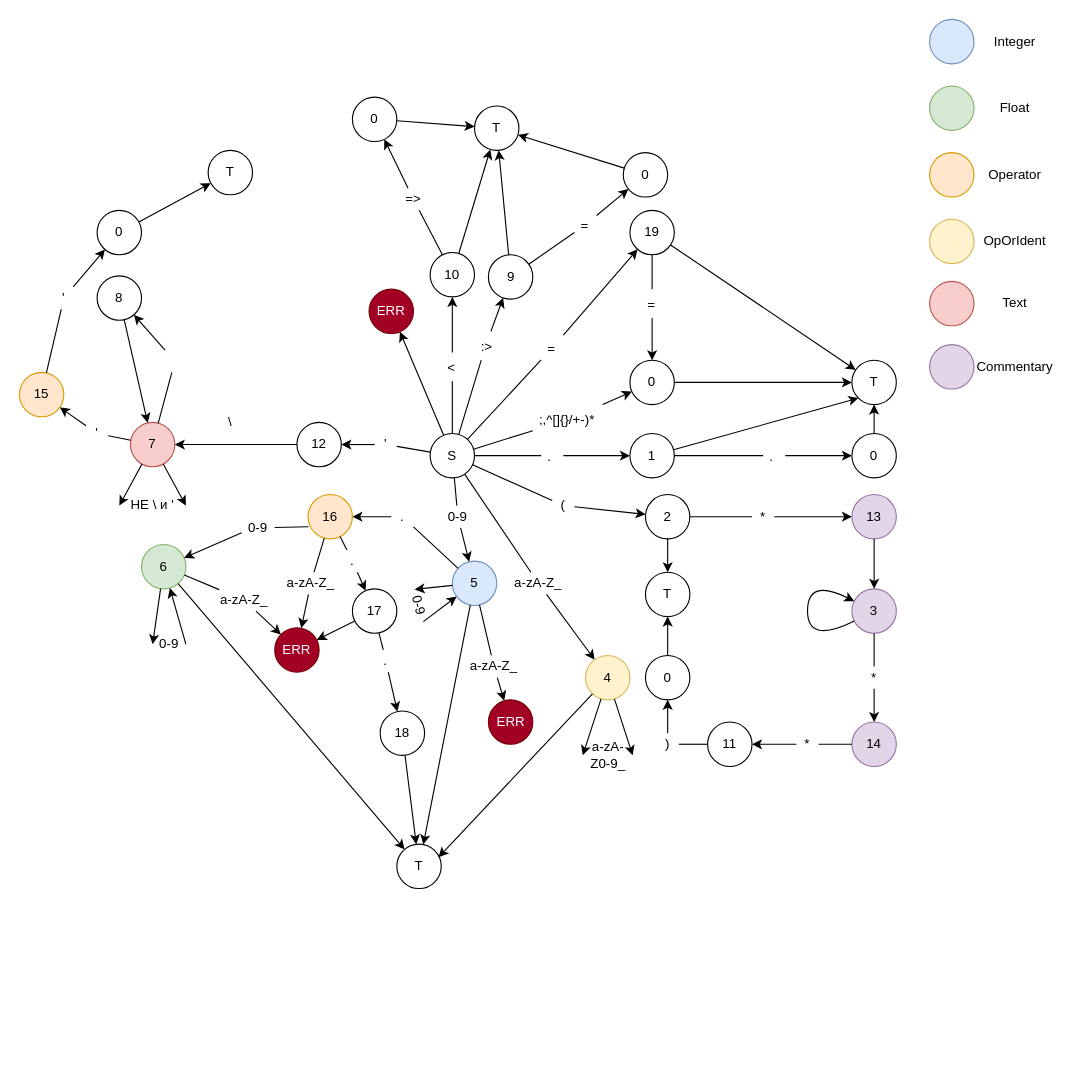
Above: PascalCompiler/LEXER_FSM.drawio in XJIE6yIIIEK/PascalCompiler (draw.io), before the change. Source tidied: cells renumbered, new cells numbered last; positions are measured from the earlier drawing's top-left corner, leaving out a move shared by most shapes. Both pictures are drawn from the tidied source at 111%, with x=0, y=0 at pixel (19, 19).
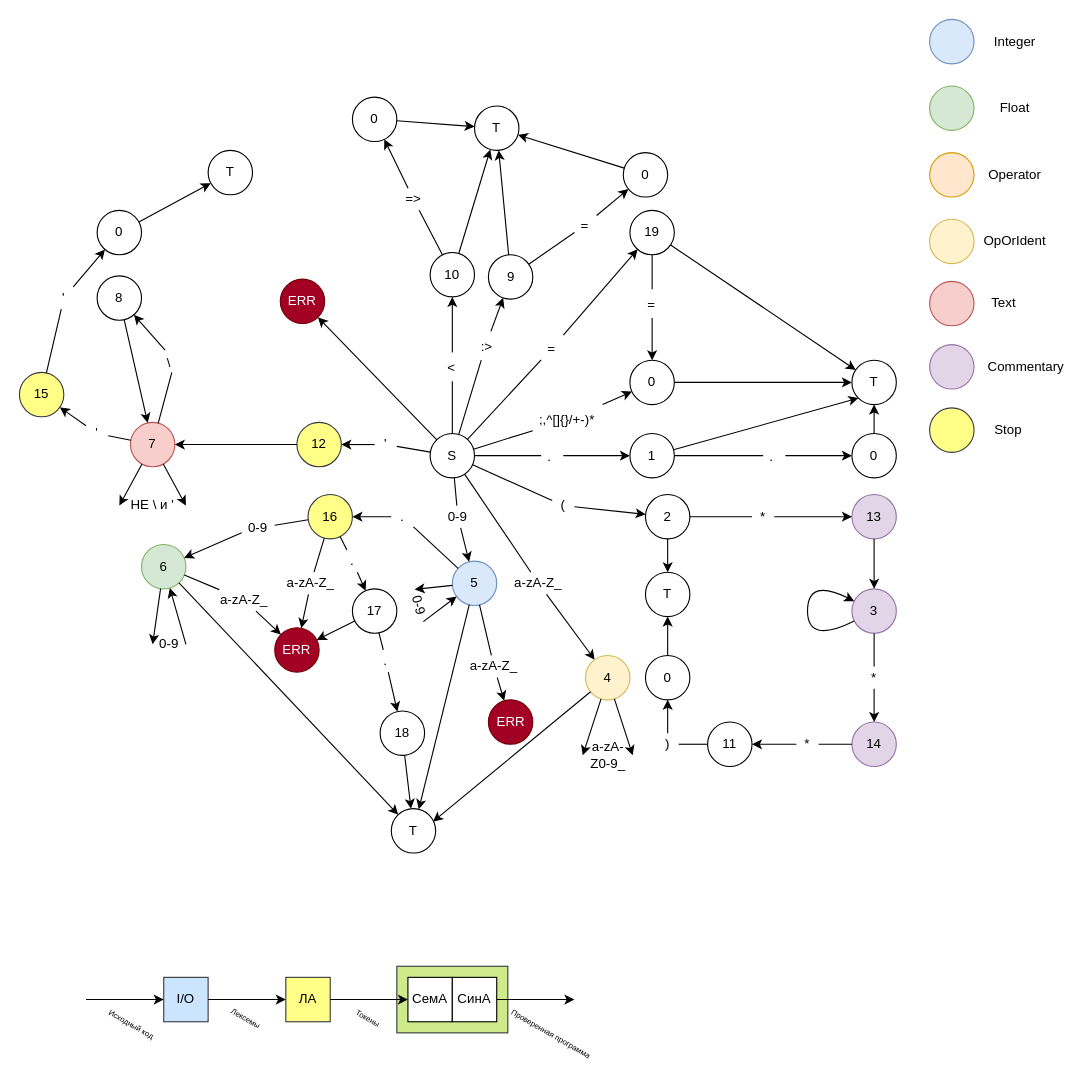
The same diagram, later.

Unchanged cells that the change refers to:
```xml
<mxCell id="129" value="0-9" style="text;html=1;strokeColor=none;fillColor=none;align=center;verticalAlign=middle;whiteSpace=wrap;rounded=0;" parent="1" vertex="1">
  <mxGeometry x="200" y="448" width="30" height="20" as="geometry" />
</mxCell>
```

What changed in the source:
```diff
@@
+    <mxCell id="162" style="rounded=0;whiteSpace=wrap;html=1;fillColor=#cdeb8b;strokeColor=#36393d;" parent="1" vertex="1">
+      <mxGeometry x="340" y="853" width="100" height="60" as="geometry" />
+    </mxCell>
@@
     <mxCell id="66" value="T" style="ellipse;whiteSpace=wrap;html=1;" parent="1" vertex="1">
-      <mxGeometry x="340" y="743" width="40" height="40" as="geometry" />
+      <mxGeometry x="335" y="711" width="40" height="40" as="geometry" />
     </mxCell>
@@
     <mxCell id="84" value="\" style="text;html=1;strokeColor=none;fillColor=none;align=center;verticalAlign=middle;whiteSpace=wrap;rounded=0;" parent="1" vertex="1">
-      <mxGeometry x="170" y="353" width="40" height="20" as="geometry" />
+      <mxGeometry x="115" y="300" width="40" height="20" as="geometry" />
     </mxCell>
@@
-    <mxCell id="93" value="12" style="ellipse;whiteSpace=wrap;html=1;" parent="1" vertex="1">
+    <mxCell id="93" value="12" style="ellipse;whiteSpace=wrap;html=1;fillColor=#ffff88;strokeColor=#36393d;" parent="1" vertex="1">
       <mxGeometry x="250" y="363" width="40" height="40" as="geometry" />
     </mxCell>
-    <mxCell id="94" value="15" style="ellipse;whiteSpace=wrap;html=1;fillColor=#ffe6cc;strokeColor=#d79b00;" parent="1" vertex="1">
+    <mxCell id="94" value="15" style="ellipse;whiteSpace=wrap;html=1;fillColor=#ffff88;strokeColor=#36393d;" parent="1" vertex="1">
       <mxGeometry y="318" width="40" height="40" as="geometry" />
     </mxCell>
@@
     <mxCell id="125" value="Text" style="text;html=1;strokeColor=none;fillColor=none;align=center;verticalAlign=middle;whiteSpace=wrap;rounded=0;" parent="1" vertex="1">
-      <mxGeometry x="877" y="246" width="40" height="20" as="geometry" />
+      <mxGeometry x="867" y="246" width="40" height="20" as="geometry" />
     </mxCell>
     <mxCell id="126" value="Commentary" style="text;html=1;strokeColor=none;fillColor=none;align=center;verticalAlign=middle;whiteSpace=wrap;rounded=0;" parent="1" vertex="1">
-      <mxGeometry x="877" y="303" width="40" height="20" as="geometry" />
+      <mxGeometry x="887" y="303" width="40" height="20" as="geometry" />
     </mxCell>
-    <mxCell id="127" value="16" style="ellipse;whiteSpace=wrap;html=1;fillColor=#ffe6cc;strokeColor=#d79b00;" parent="1" vertex="1">
+    <mxCell id="127" value="16" style="ellipse;whiteSpace=wrap;html=1;fillColor=#ffff88;strokeColor=#36393d;" parent="1" vertex="1">
       <mxGeometry x="260" y="428" width="40" height="40" as="geometry" />
     </mxCell>
@@
-    <mxCell id="130" style="endArrow=none;html=1;exitX=0.008;exitY=0.725;exitDx=0;exitDy=0;exitPerimeter=0;" parent="1" edge="1" source="127" target="129">
+    <mxCell id="130" style="endArrow=none;html=1;" parent="1" edge="1" source="127" target="129">
       <mxGeometry relative="1" as="geometry" />
     </mxCell>
@@
     <mxCell id="140" value="ERR" style="ellipse;whiteSpace=wrap;html=1;fillColor=#a20025;strokeColor=#6F0000;fontColor=#ffffff;" parent="1" vertex="1">
-      <mxGeometry x="315" y="243" width="40" height="40" as="geometry" />
+      <mxGeometry x="235" y="234" width="40" height="40" as="geometry" />
     </mxCell>
@@
+    <mxCell id="163" value="I/O" style="rounded=0;whiteSpace=wrap;html=1;fillColor=#cce5ff;strokeColor=#36393d;" parent="1" vertex="1">
+      <mxGeometry x="130" y="863" width="40" height="40" as="geometry" />
+    </mxCell>
+    <mxCell id="164" value="ЛА" style="rounded=0;whiteSpace=wrap;html=1;fillColor=#ffff88;strokeColor=#36393d;" parent="1" vertex="1">
+      <mxGeometry x="240" y="863" width="40" height="40" as="geometry" />
+    </mxCell>
+    <mxCell id="165" value="СемА" style="rounded=0;whiteSpace=wrap;html=1;" parent="1" vertex="1">
+      <mxGeometry x="350" y="863" width="40" height="40" as="geometry" />
+    </mxCell>
+    <mxCell id="166" value="СинА" style="rounded=0;whiteSpace=wrap;html=1;" parent="1" vertex="1">
+      <mxGeometry x="390" y="863" width="40" height="40" as="geometry" />
+    </mxCell>
+    <mxCell id="167" style="endArrow=classic;html=1;" parent="1" edge="1" target="163">
+      <mxGeometry relative="1" as="geometry">
+        <mxPoint x="60" y="883" as="sourcePoint" />
+      </mxGeometry>
+    </mxCell>
+    <mxCell id="168" style="endArrow=classic;html=1;exitX=1;exitY=0.5;exitDx=0;exitDy=0;entryX=0;entryY=0.5;entryDx=0;entryDy=0;" parent="1" edge="1" source="163" target="164">
+      <mxGeometry relative="1" as="geometry" />
+    </mxCell>
+    <mxCell id="169" style="endArrow=classic;html=1;exitX=1;exitY=0.5;exitDx=0;exitDy=0;entryX=0;entryY=0.5;entryDx=0;entryDy=0;" parent="1" edge="1" source="164" target="165">
+      <mxGeometry relative="1" as="geometry" />
+    </mxCell>
+    <mxCell id="170" style="endArrow=classic;html=1;exitX=1;exitY=0.5;exitDx=0;exitDy=0;" parent="1" edge="1" source="166">
+      <mxGeometry relative="1" as="geometry">
+        <mxPoint x="500" y="883" as="targetPoint" />
+      </mxGeometry>
+    </mxCell>
+    <mxCell id="171" value="&lt;font style=&quot;font-size: 7px&quot;&gt;Проверенная программа&lt;/font&gt;" style="text;html=1;strokeColor=none;fillColor=none;align=center;verticalAlign=middle;whiteSpace=wrap;rounded=0;rotation=30;" parent="1" vertex="1">
+      <mxGeometry x="435" y="903" width="90" height="20" as="geometry" />
+    </mxCell>
+    <mxCell id="172" value="&lt;font style=&quot;font-size: 7px&quot;&gt;Токены&lt;br&gt;&lt;/font&gt;" style="text;html=1;strokeColor=none;fillColor=none;align=center;verticalAlign=middle;whiteSpace=wrap;rounded=0;rotation=30;" parent="1" vertex="1">
+      <mxGeometry x="295" y="889" width="40" height="20" as="geometry" />
+    </mxCell>
+    <mxCell id="173" value="&lt;font style=&quot;font-size: 7px&quot;&gt;Лексемы&lt;br&gt;&lt;/font&gt;" style="text;html=1;strokeColor=none;fillColor=none;align=center;verticalAlign=middle;whiteSpace=wrap;rounded=0;rotation=30;" parent="1" vertex="1">
+      <mxGeometry x="185" y="889" width="40" height="20" as="geometry" />
+    </mxCell>
+    <mxCell id="174" value="&lt;font style=&quot;font-size: 7px&quot;&gt;Исходный код&lt;/font&gt;" style="text;html=1;strokeColor=none;fillColor=none;align=center;verticalAlign=middle;whiteSpace=wrap;rounded=0;rotation=30;" parent="1" vertex="1">
+      <mxGeometry x="72.5" y="899" width="57.5" height="10" as="geometry" />
+    </mxCell>
+    <mxCell id="175" style="ellipse;whiteSpace=wrap;html=1;fillColor=#ffff88;strokeColor=#36393d;" parent="1" vertex="1">
+      <mxGeometry x="820" y="350" width="40" height="40" as="geometry" />
+    </mxCell>
+    <mxCell id="176" value="Stop" style="text;html=1;strokeColor=none;fillColor=none;align=center;verticalAlign=middle;whiteSpace=wrap;rounded=0;" parent="1" vertex="1">
+      <mxGeometry x="871" y="360" width="40" height="20" as="geometry" />
+    </mxCell>
```
